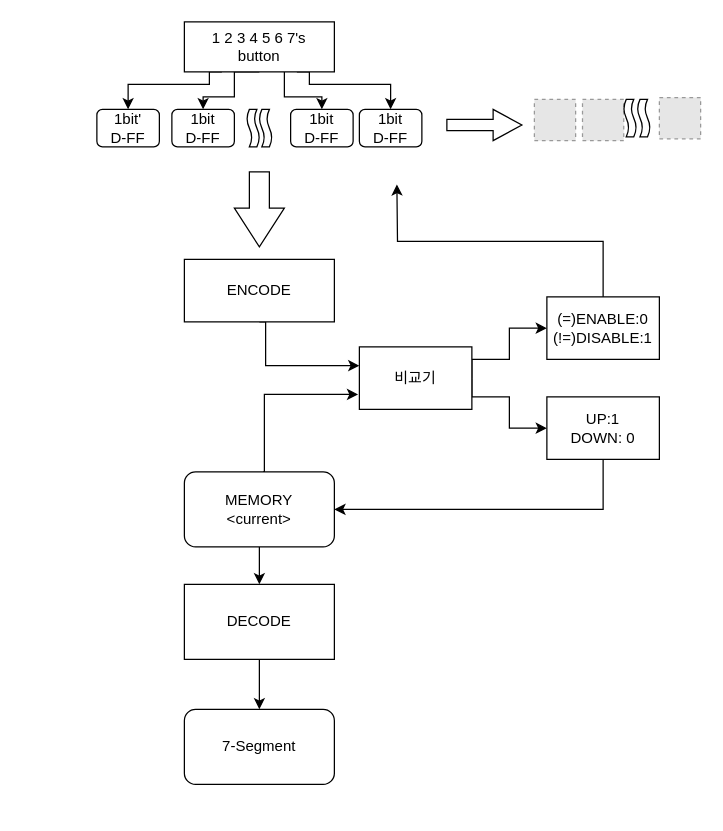
CherryPichu/Elevator_Controller keeps this draw.io diagram as 4비트_엘리베이터_논리설계.drawio. Above is the earlier version. Source tidied: cells renumbered, new cells numbered last; positions are measured from the earlier drawing's top-left corner, leaving out a move shared by most shapes. Both pictures are drawn from the tidied source at 125%, with x=0, y=0 at pixel (96, 21). Pictures stored in the file or linked from it are replaced by grey dashed boxes.
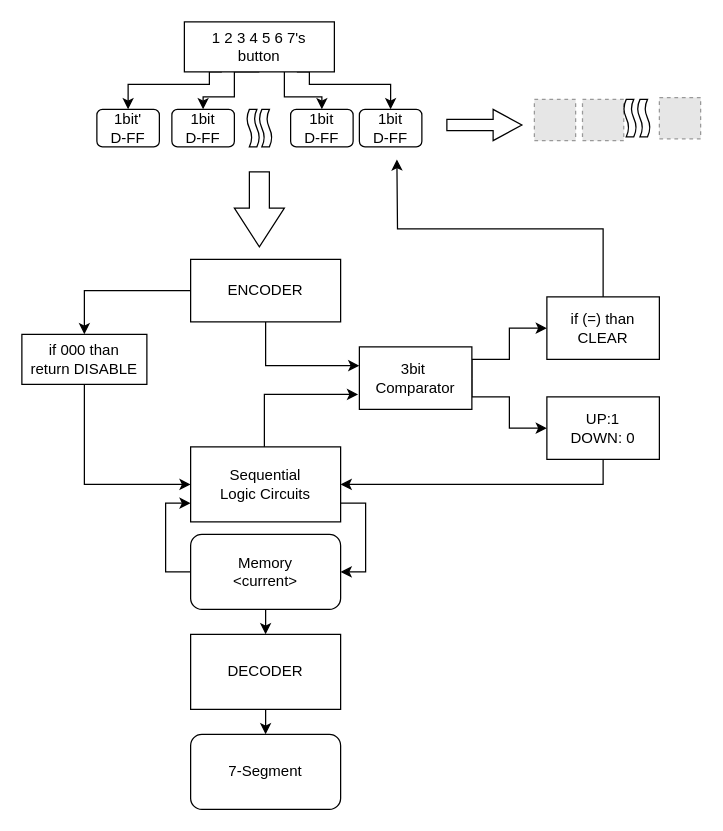
Above is the later version.

Commit message (it also covers changes not shown here):
Update 4비트_엘리베이터_논리설계.drawio

The edit, as a diff of the source:
```diff
@@
-    <mxCell id="3" style="edgeStyle=orthogonalEdgeStyle;rounded=0;jettySize=auto;html=1;exitX=0.5;exitY=1;exitDx=0;exitDy=0;entryX=0.5;entryY=0;entryDx=0;entryDy=0;" parent="1" edge="1" source="4" target="16">
-      <mxGeometry relative="1" as="geometry" />
-    </mxCell>
+    <mxCell id="35" style="edgeStyle=orthogonalEdgeStyle;rounded=0;jettySize=auto;html=1;exitX=1;exitY=0.75;exitDx=0;exitDy=0;entryX=1;entryY=0.5;entryDx=0;entryDy=0;" parent="1" edge="1" source="4" target="41">
+      <mxGeometry relative="1" as="geometry" />
+    </mxCell>
-    <mxCell id="4" value="MEMORY&lt;br&gt;&amp;lt;current&amp;gt;" style="rounded=1;whiteSpace=wrap;html=1;" parent="1" vertex="1">
-      <mxGeometry x="70" y="360" width="120" height="60" as="geometry" />
+    <mxCell id="4" value="Sequential&lt;br&gt;Logic Circuits" style="rounded=1;whiteSpace=wrap;html=1;arcSize=0;" parent="1" vertex="1">
+      <mxGeometry x="75" y="340" width="120" height="60" as="geometry" />
     </mxCell>
@@
-    <mxCell id="7" value="비교기" style="rounded=1;whiteSpace=wrap;html=1;arcSize=0;" parent="1" vertex="1">
+    <mxCell id="7" value="3bit&amp;nbsp; Comparator" style="rounded=1;whiteSpace=wrap;html=1;arcSize=0;" parent="1" vertex="1">
       <mxGeometry x="210" y="260" width="90" height="50" as="geometry" />
     </mxCell>
@@
+    <mxCell id="36" style="edgeStyle=orthogonalEdgeStyle;rounded=0;jettySize=auto;html=1;exitX=0;exitY=0.5;exitDx=0;exitDy=0;entryX=0.5;entryY=0;entryDx=0;entryDy=0;" parent="1" edge="1" source="13" target="38">
+      <mxGeometry relative="1" as="geometry" />
+    </mxCell>
-    <mxCell id="13" value="ENCODE" style="rounded=1;whiteSpace=wrap;html=1;arcSize=0;" parent="1" vertex="1">
-      <mxGeometry x="70" y="190" width="120" height="50" as="geometry" />
+    <mxCell id="13" value="ENCODER" style="rounded=1;whiteSpace=wrap;html=1;arcSize=0;" parent="1" vertex="1">
+      <mxGeometry x="75" y="190" width="120" height="50" as="geometry" />
     </mxCell>
     <mxCell id="14" value="7-Segment" style="rounded=1;whiteSpace=wrap;html=1;" parent="1" vertex="1">
-      <mxGeometry x="70" y="550" width="120" height="60" as="geometry" />
+      <mxGeometry x="75" y="570" width="120" height="60" as="geometry" />
     </mxCell>
@@
-    <mxCell id="16" value="DECODE" style="rounded=1;whiteSpace=wrap;html=1;arcSize=0;" parent="1" vertex="1">
-      <mxGeometry x="70" y="450" width="120" height="60" as="geometry" />
+    <mxCell id="16" value="DECODER" style="rounded=1;whiteSpace=wrap;html=1;arcSize=0;" parent="1" vertex="1">
+      <mxGeometry x="75" y="490" width="120" height="60" as="geometry" />
     </mxCell>
@@
     <mxCell id="28" style="edgeStyle=orthogonalEdgeStyle;rounded=0;jettySize=auto;html=1;exitX=0.5;exitY=0;exitDx=0;exitDy=0;" parent="1" edge="1" source="29">
       <mxGeometry relative="1" as="geometry">
-        <mxPoint x="240" y="130" as="targetPoint" />
+        <mxPoint x="240" y="110" as="targetPoint" />
       </mxGeometry>
     </mxCell>
-    <mxCell id="29" value="(=)ENABLE:0&lt;br&gt;(!=)DISABLE:1" style="rounded=1;whiteSpace=wrap;html=1;arcSize=0;" parent="1" vertex="1">
+    <mxCell id="29" value="if (=) than&lt;br&gt;CLEAR" style="rounded=1;whiteSpace=wrap;html=1;arcSize=0;" parent="1" vertex="1">
       <mxGeometry x="360" y="220" width="90" height="50" as="geometry" />
     </mxCell>
@@
+    <mxCell id="37" style="edgeStyle=orthogonalEdgeStyle;rounded=0;jettySize=auto;html=1;exitX=0.5;exitY=1;exitDx=0;exitDy=0;entryX=0;entryY=0.5;entryDx=0;entryDy=0;" parent="1" edge="1" source="38" target="4">
+      <mxGeometry relative="1" as="geometry" />
+    </mxCell>
+    <mxCell id="38" value="if 000 than&lt;br&gt;return DISABLE" style="rounded=1;whiteSpace=wrap;html=1;arcSize=0;" parent="1" vertex="1">
+      <mxGeometry x="-60" y="250" width="100" height="40" as="geometry" />
+    </mxCell>
+    <mxCell id="39" style="edgeStyle=orthogonalEdgeStyle;rounded=0;jettySize=auto;html=1;exitX=0.5;exitY=1;exitDx=0;exitDy=0;entryX=0.5;entryY=0;entryDx=0;entryDy=0;" parent="1" edge="1" source="41" target="16">
+      <mxGeometry relative="1" as="geometry" />
+    </mxCell>
+    <mxCell id="40" style="edgeStyle=orthogonalEdgeStyle;rounded=0;jettySize=auto;html=1;exitX=0;exitY=0.5;exitDx=0;exitDy=0;entryX=0;entryY=0.75;entryDx=0;entryDy=0;" parent="1" edge="1" source="41" target="4">
+      <mxGeometry relative="1" as="geometry" />
+    </mxCell>
+    <mxCell id="41" value="Memory&lt;br&gt;&amp;lt;current&amp;gt;" style="rounded=1;whiteSpace=wrap;html=1;" parent="1" vertex="1">
+      <mxGeometry x="75" y="410" width="120" height="60" as="geometry" />
+    </mxCell>
```
